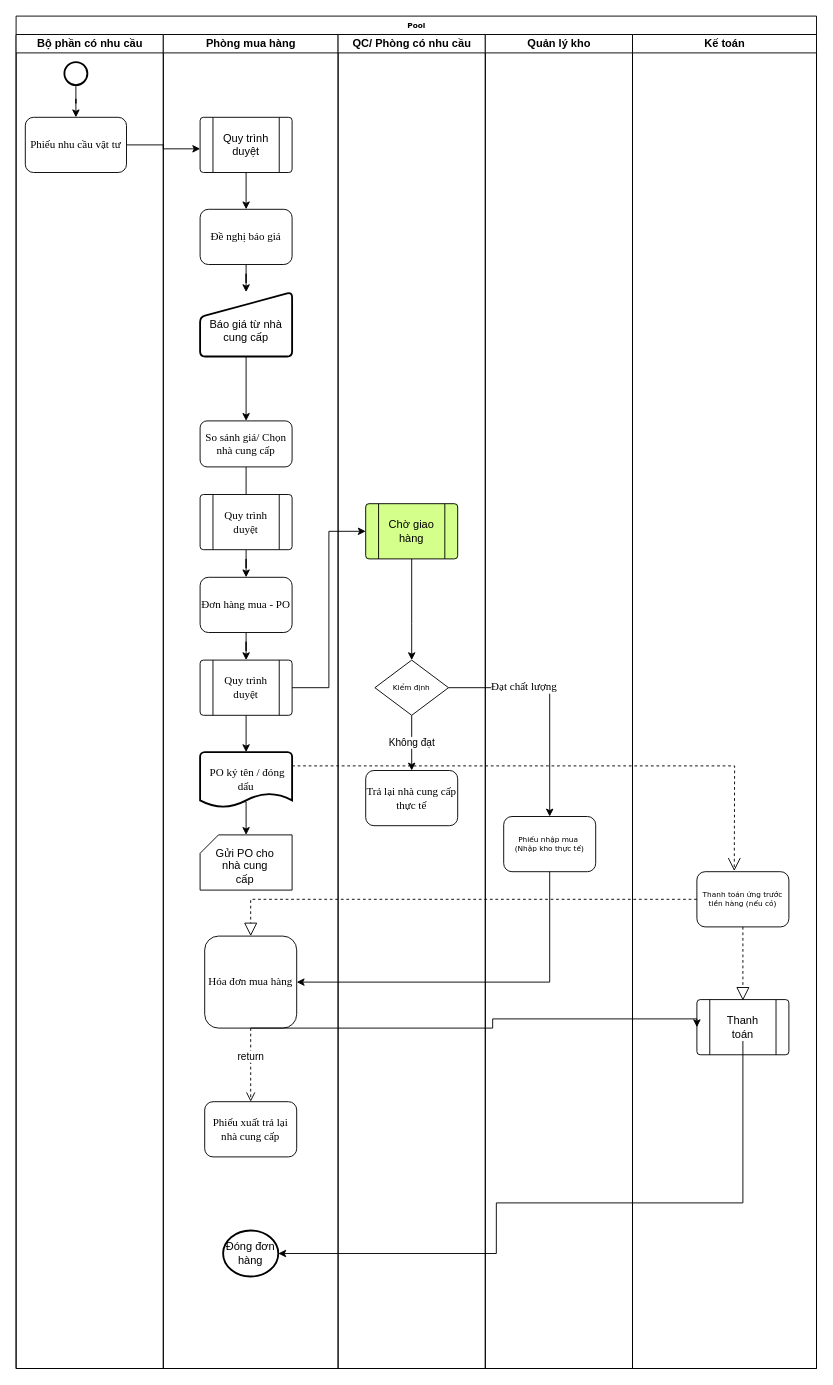
Earlier version of the draw.io diagram Purchase_Lothamilk_V2.drawio (SungPN/Diagram-VRG). Source tidied: cells renumbered, new cells numbered last; positions are measured from the earlier drawing's top-left corner, leaving out a move shared by most shapes. Both pictures are drawn from the tidied source at 92%, with x=0, y=0 at pixel (16, 16).
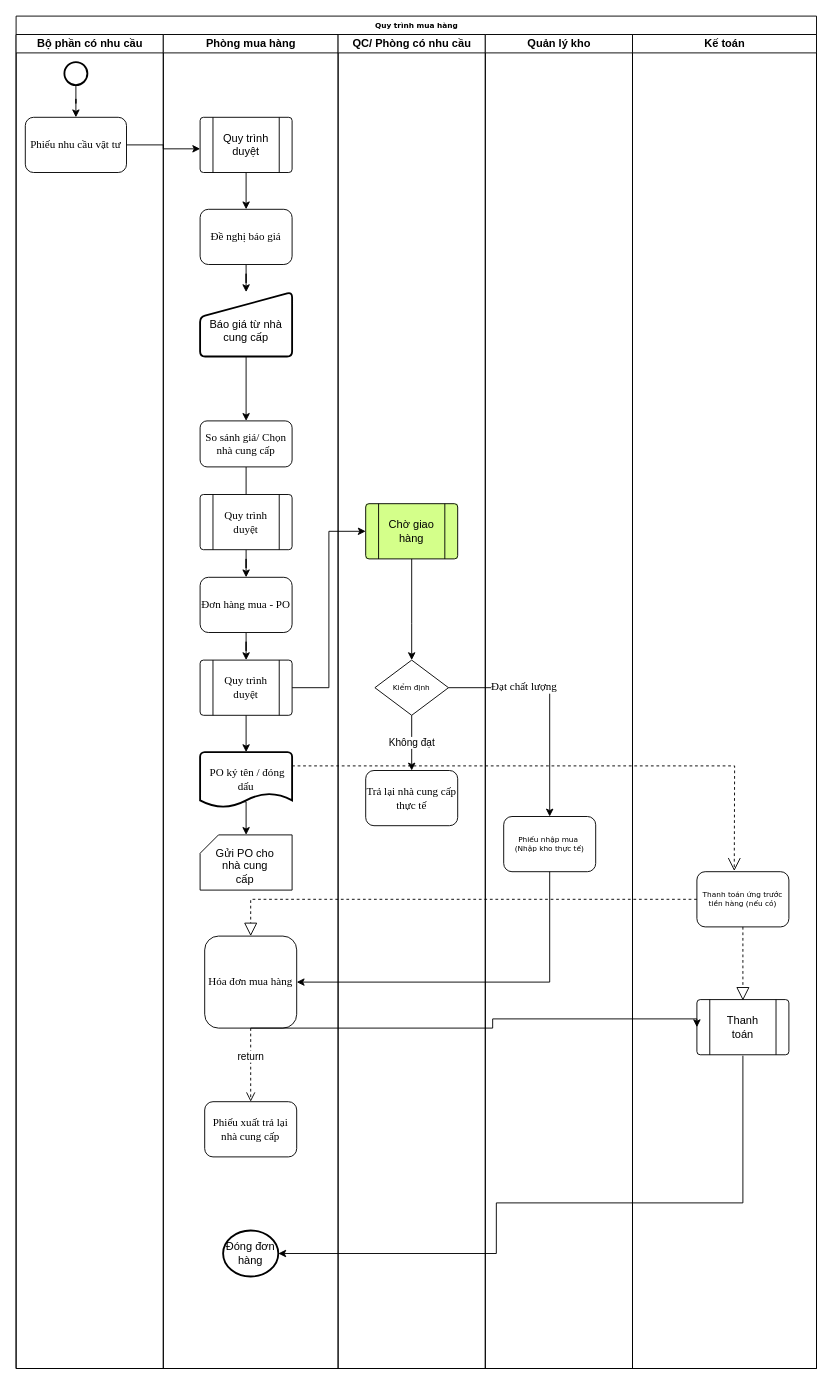
The same diagram, later.

The change refers to these unchanged cells:
```xml
<mxCell id="24" value="Đóng đơn hàng" style="strokeWidth=2;html=1;shape=mxgraph.flowchart.start_2;whiteSpace=wrap;" parent="7" vertex="1">
  <mxGeometry x="65" y="1300" width="60" height="50" as="geometry" />
</mxCell>
<mxCell id="53" value="Thanh toán" style="text;html=1;strokeColor=none;fillColor=none;align=center;verticalAlign=middle;whiteSpace=wrap;rounded=0;" parent="51" vertex="1">
  <mxGeometry x="20" y="15" width="60" height="30" as="geometry" />
</mxCell>
```

What changed in the source:
```diff
@@
-    <mxCell id="2" value="Pool" style="swimlane;html=1;startSize=20;rounded=0;shadow=0;labelBackgroundColor=none;strokeWidth=1;fontFamily=Verdana;fontSize=8;align=center;fillColor=#FFFFFF;" parent="1" vertex="1">
+    <mxCell id="2" value="Quy trình mua hàng" style="swimlane;html=1;startSize=20;rounded=0;shadow=0;labelBackgroundColor=none;strokeWidth=1;fontFamily=Verdana;fontSize=8;align=center;fillColor=#FFFFFF;" parent="1" vertex="1">
       <mxGeometry width="870" height="1470" as="geometry" />
     </mxCell>
@@
-    <mxCell id="60" style="edgeStyle=orthogonalEdgeStyle;rounded=0;jettySize=auto;html=1;entryX=1;entryY=0.5;entryDx=0;entryDy=0;entryPerimeter=0;" parent="2" edge="1" source="53" target="24">
+    <mxCell id="60" style="edgeStyle=orthogonalEdgeStyle;rounded=0;jettySize=auto;html=1;entryX=1;entryY=0.5;entryDx=0;entryDy=0;entryPerimeter=0;" parent="2" edge="1" target="24">
       <mxGeometry relative="1" as="geometry">
+        <mxPoint x="790" y="1130" as="sourcePoint" />
         <Array as="points">
           <mxPoint x="790" y="1290" />
           <mxPoint x="522" y="1290" />
           <mxPoint x="522" y="1345" />
         </Array>
       </mxGeometry>
     </mxCell>
```
